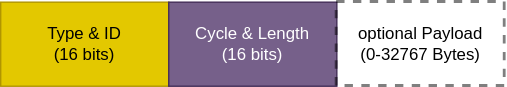
Above: docs/ref/TriceBinaryFormat.drawio.svg in rokath/trice (draw.io), before the change. Source tidied: cells renumbered, new cells last; positions are measured from the earlier drawing's top-left corner, leaving out a move shared by most shapes. Source of this version:
```xml
<mxGraphModel>
  <root>
    <mxCell id="0" />
    <mxCell id="1" parent="0" />
    <mxCell id="2" value="Type &amp;amp; ID&lt;div&gt;(16 bits)&lt;/div&gt;" style="rounded=0;whiteSpace=wrap;html=1;fillColor=#e3c800;strokeColor=#B09500;fontColor=#000000;" parent="1" vertex="1">
      <mxGeometry width="120" height="60" as="geometry" />
    </mxCell>
    <mxCell id="3" value="Cycle &amp;amp; Length&lt;div&gt;(16 bits)&lt;/div&gt;" style="rounded=0;whiteSpace=wrap;html=1;fillColor=#76608a;strokeColor=#432D57;fontColor=#ffffff;" parent="1" vertex="1">
      <mxGeometry x="120" width="120" height="60" as="geometry" />
    </mxCell>
    <mxCell id="4" value="optional Payload&lt;div&gt;(0-32767 Bytes)&lt;/div&gt;" style="rounded=0;whiteSpace=wrap;html=1;dashed=1;fillColor=none;strokeWidth=2;opacity=50;" parent="1" vertex="1">
      <mxGeometry x="240" width="120" height="60" as="geometry" />
    </mxCell>
  </root>
</mxGraphModel>
```
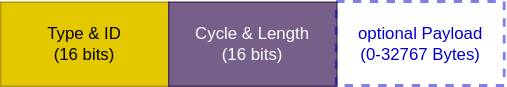
After the change.

Commit message:
docs: highlight optional payload in binary format diagram

Diff of the diagram source:
```diff
@@ -8,7 +8,7 @@
     <mxCell id="3" value="Cycle &amp;amp; Length&lt;div&gt;(16 bits)&lt;/div&gt;" style="rounded=0;whiteSpace=wrap;html=1;fillColor=#76608a;strokeColor=#432D57;fontColor=#ffffff;" parent="1" vertex="1">
       <mxGeometry x="120" width="120" height="60" as="geometry" />
     </mxCell>
-    <mxCell id="4" value="optional Payload&lt;div&gt;(0-32767 Bytes)&lt;/div&gt;" style="rounded=0;whiteSpace=wrap;html=1;dashed=1;fillColor=none;strokeWidth=2;opacity=50;" parent="1" vertex="1">
+    <mxCell id="4" value="optional Payload&lt;div&gt;(0-32767 Bytes)&lt;/div&gt;" style="rounded=0;whiteSpace=wrap;html=1;dashed=1;fillColor=none;strokeWidth=2;opacity=50;perimeterSpacing=2;strokeColor=light-dark(#0000CC,#0000CC);fontColor=light-dark(#0000CC,#0000CC);" parent="1" vertex="1">
       <mxGeometry x="240" width="120" height="60" as="geometry" />
     </mxCell>
   </root>
```
